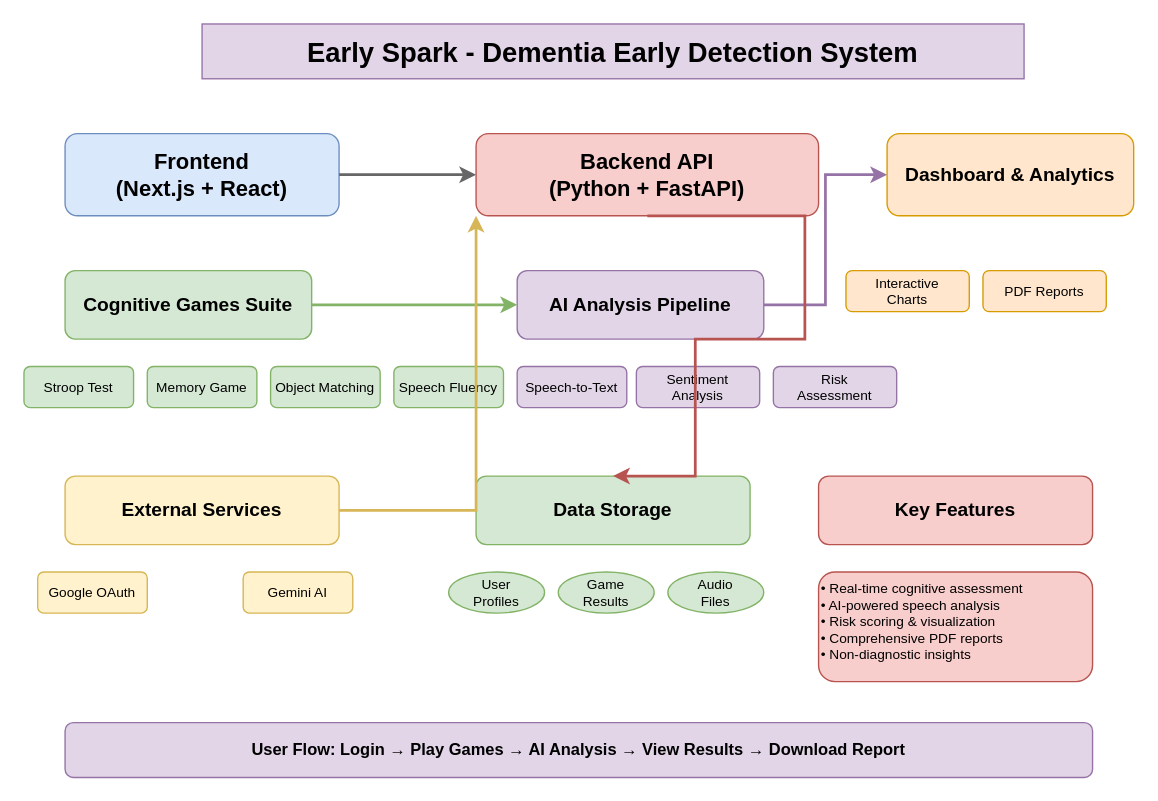
Earlier version of the draw.io diagram Docs/spark-mind-simple-architecture-fixed.drawio (kareem1207/Spark-Mind). Source tidied: cells renumbered, new cells numbered last; positions are measured from the earlier drawing's top-left corner, leaving out a move shared by most shapes. Both pictures are drawn from the tidied source at 137%, with x=0, y=0 at pixel (23, 23).
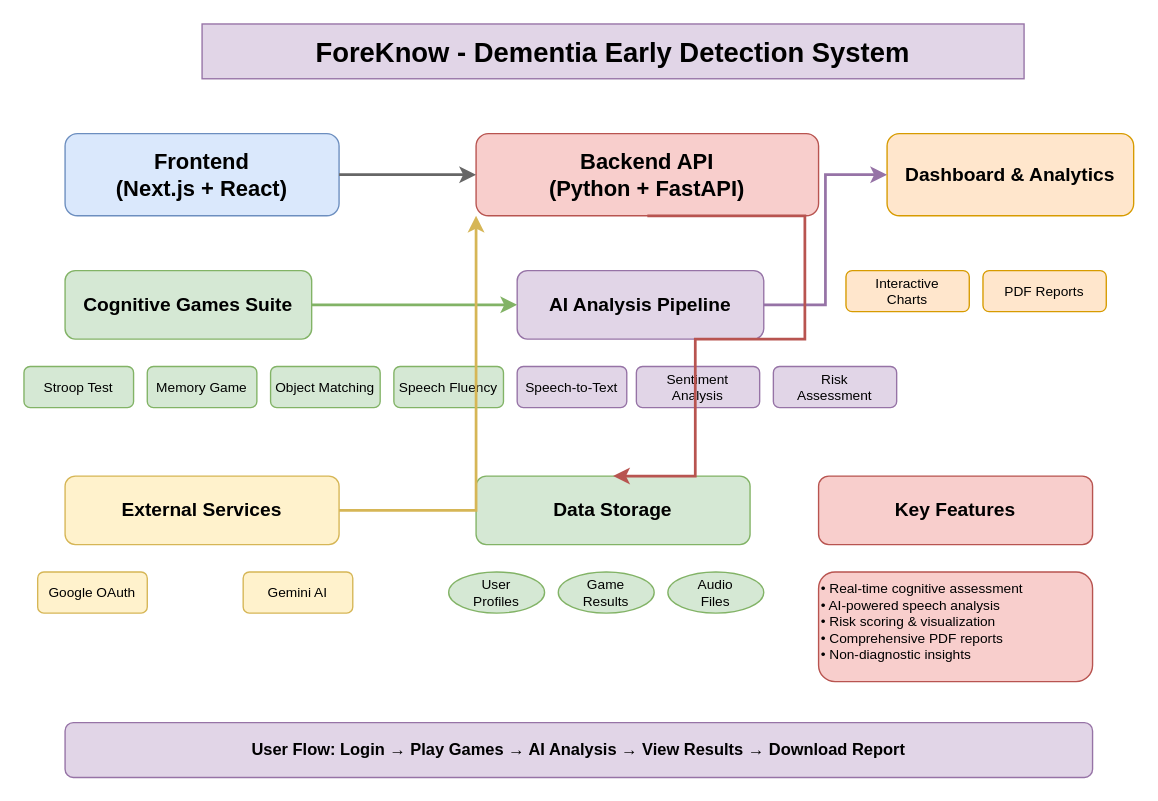
After the change.

Change to the diagram source:
```diff
@@
-    <mxCell id="2" value="Early Spark - Dementia Early Detection System" style="text;html=1;align=center;verticalAlign=middle;whiteSpace=wrap;rounded=0;fontSize=20;fontStyle=1;fillColor=#e1d5e7;strokeColor=#9673a6;" parent="1" vertex="1">
+    <mxCell id="2" value="ForeKnow - Dementia Early Detection System" style="text;html=1;align=center;verticalAlign=middle;whiteSpace=wrap;rounded=0;fontSize=20;fontStyle=1;fillColor=#e1d5e7;strokeColor=#9673a6;" parent="1" vertex="1">
       <mxGeometry x="130" width="600" height="40" as="geometry" />
     </mxCell>
```
